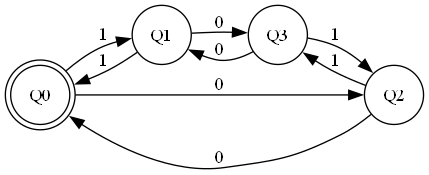
Earlier version of the Graphviz export automata.png (morales-js/Automata). Its source is kept beside it as automata.dot. The source it was exported from:
```dot
digraph AFD {
rankdir=LR;
node [shape=circle, style=filled, fillcolor=white];
"Q0" [shape=doublecircle];
"Q1";
"Q2";
"Q3";
"Q1" -> "Q3" [label="0"];
"Q1" -> "Q0" [label="1"];
"Q2" -> "Q0" [label="0"];
"Q2" -> "Q3" [label="1"];
"Q3" -> "Q1" [label="0"];
"Q3" -> "Q2" [label="1"];
"Q0" -> "Q2" [label="0"];
"Q0" -> "Q1" [label="1"];
}
```
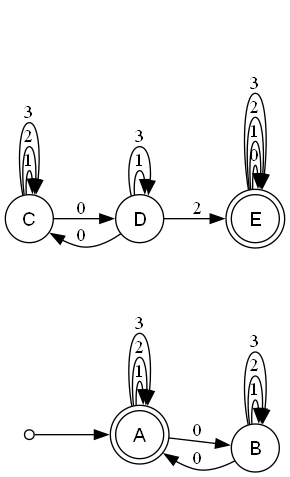
Later version of the same file.

Diff of the diagram source:
```diff
@@ -1,16 +1,31 @@
 digraph AFD {
 rankdir=LR;
-node [shape=circle, style=filled, fillcolor=white];
-"Q0" [shape=doublecircle];
-"Q1";
-"Q2";
-"Q3";
-"Q1" -> "Q3" [label="0"];
-"Q1" -> "Q0" [label="1"];
-"Q2" -> "Q0" [label="0"];
-"Q2" -> "Q3" [label="1"];
-"Q3" -> "Q1" [label="0"];
-"Q3" -> "Q2" [label="1"];
-"Q0" -> "Q2" [label="0"];
-"Q0" -> "Q1" [label="1"];
+node [shape=circle, style=filled, fillcolor=white, fontname="Arial"];
+inicio [shape=point, width=0.1, label=""];
+inicio -> "A";
+"A" [shape=doublecircle, fillcolor=white];
+"B" [shape=circle, fillcolor=white];
+"C" [shape=circle, fillcolor=white];
+"D" [shape=circle, fillcolor=white];
+"E" [shape=doublecircle, fillcolor=white];
+"A" -> "B" [label="0"];
+"A" -> "A" [label="1"];
+"A" -> "A" [label="2"];
+"A" -> "A" [label="3"];
+"B" -> "A" [label="0"];
+"B" -> "B" [label="1"];
+"B" -> "B" [label="2"];
+"B" -> "B" [label="3"];
+"C" -> "D" [label="0"];
+"C" -> "C" [label="1"];
+"C" -> "C" [label="2"];
+"C" -> "C" [label="3"];
+"D" -> "C" [label="0"];
+"D" -> "D" [label="1"];
+"D" -> "E" [label="2"];
+"D" -> "D" [label="3"];
+"E" -> "E" [label="0"];
+"E" -> "E" [label="1"];
+"E" -> "E" [label="2"];
+"E" -> "E" [label="3"];
 }
```
